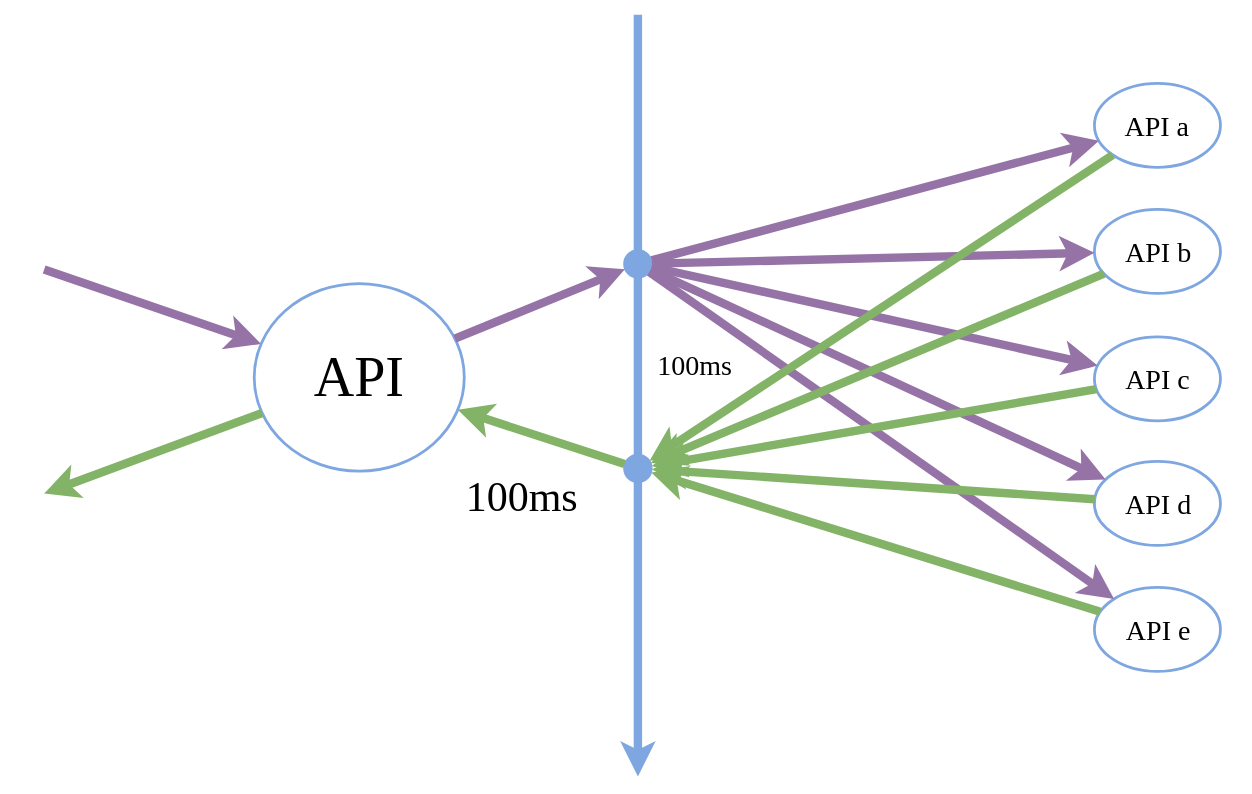
Before: r/img/api-call.non-blocking.svg, a diagram exported from draw.io (negokaz/reactive-desgin-patterns-with-akka). Source tidied: cells renumbered, new cells last; positions are measured from the earlier drawing's top-left corner, leaving out a move shared by most shapes.
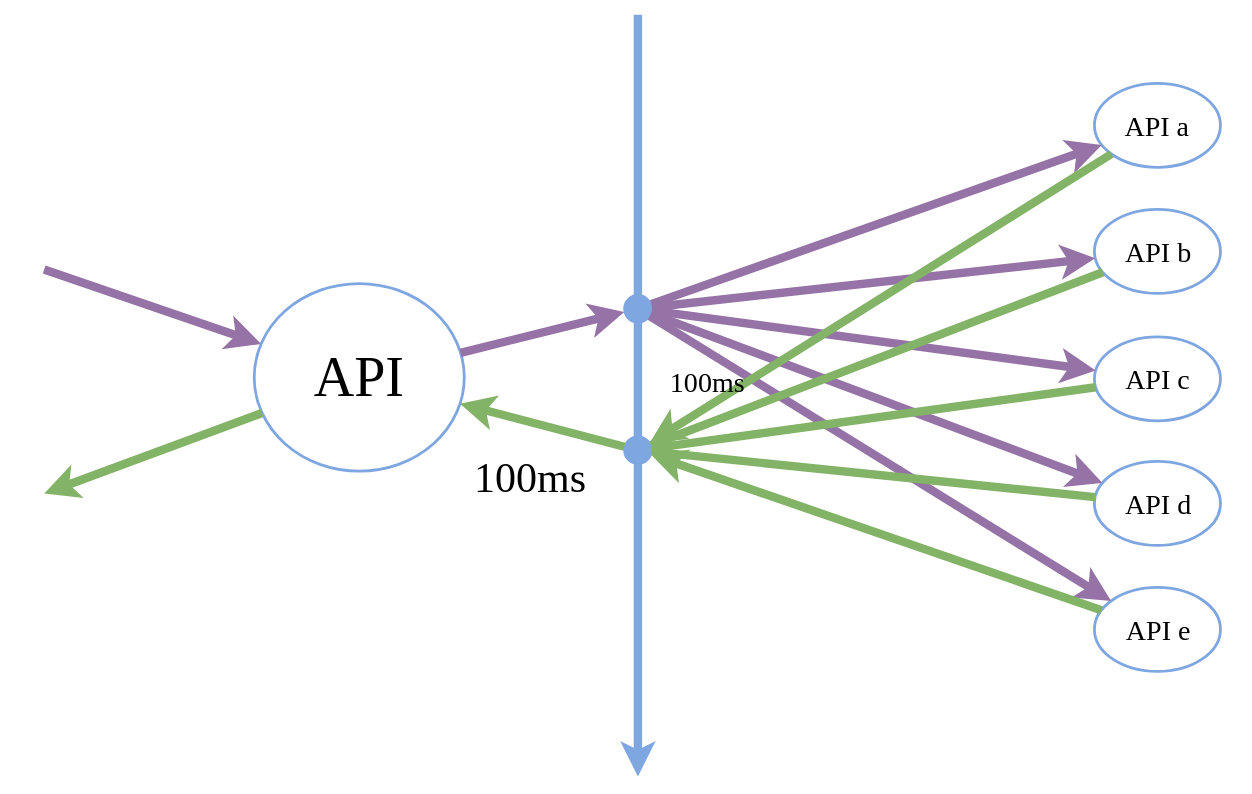
The same file after the commit.

Change to the diagram source:
```diff
@@ -44,7 +44,7 @@
       <mxGeometry x="60" y="169" as="geometry" />
     </mxCell>
     <mxCell id="14" style="ellipse;whiteSpace=wrap;html=1;strokeColor=#7EA6E0;fillColor=#7EA6E0;fontFamily=Noto Sans JP;fontSize=20;fontColor=none;" parent="3" vertex="1">
-      <mxGeometry x="444" y="176" width="20" height="20" as="geometry" />
+      <mxGeometry x="444" y="208" width="20" height="20" as="geometry" />
     </mxCell>
     <mxCell id="15" style="endArrow=classic;html=1;strokeColor=#9673a6;strokeWidth=6;fillColor=#e1d5e7;fontFamily=Noto Sans JP;fontSize=20;fontColor=none;startArrow=none;startFill=0;" parent="3" edge="1" source="14" target="7">
       <mxGeometry x="60" y="259" as="geometry" />
@@ -53,7 +53,7 @@
       <mxGeometry x="60" y="350" as="geometry" />
     </mxCell>
     <mxCell id="17" style="ellipse;whiteSpace=wrap;html=1;strokeColor=#7EA6E0;fillColor=#7EA6E0;fontFamily=Noto Sans JP;fontSize=20;fontColor=none;" parent="3" vertex="1">
-      <mxGeometry x="444" y="322" width="20" height="20" as="geometry" />
+      <mxGeometry x="444" y="309" width="20" height="20" as="geometry" />
     </mxCell>
     <mxCell id="18" style="endArrow=classic;html=1;strokeColor=#9673a6;strokeWidth=6;fillColor=#e1d5e7;fontFamily=Noto Sans JP;fontSize=20;fontColor=none;startArrow=none;startFill=0;" parent="3" edge="1" source="14" target="9">
       <mxGeometry x="60" y="439" as="geometry" />
@@ -67,26 +67,26 @@
     <mxCell id="21" style="endArrow=classic;html=1;strokeColor=#82b366;strokeWidth=6;fillColor=#d5e8d4;fontFamily=Noto Sans JP;fontSize=20;fontColor=none;" parent="3" edge="1" source="17" target="11">
       <mxGeometry x="60" y="247" as="geometry" />
     </mxCell>
-    <mxCell id="22" value="100ms" style="text;html=1;strokeColor=none;fillColor=none;align=center;verticalAlign=middle;whiteSpace=wrap;fontFamily=Noto Sans JP;fontSize=20;fontColor=none;" parent="3" vertex="1">
-      <mxGeometry x="474" y="248" width="40" height="20" as="geometry" />
-    </mxCell>
     <mxCell id="23" value="&lt;font style=&quot;font-size: 30px&quot;&gt;100ms&lt;/font&gt;" style="text;html=1;strokeColor=none;fillColor=none;align=center;verticalAlign=middle;whiteSpace=wrap;fontFamily=Noto Sans JP;fontSize=20;fontColor=none;" parent="3" vertex="1">
-      <mxGeometry x="350" y="342" width="40" height="20" as="geometry" />
+      <mxGeometry x="356" y="328" width="40" height="20" as="geometry" />
     </mxCell>
     <mxCell id="24" style="endArrow=none;html=1;strokeColor=#82b366;strokeWidth=6;fillColor=#d5e8d4;fontFamily=Noto Sans JP;fontSize=20;fontColor=none;startArrow=classic;startFill=1;endFill=0;" parent="3" edge="1" source="17" target="6">
       <mxGeometry x="70" y="179" as="geometry" />
     </mxCell>
-    <mxCell id="25" style="endArrow=none;html=1;strokeColor=#82b366;strokeWidth=6;fillColor=#d5e8d4;fontFamily=Noto Sans JP;fontSize=20;fontColor=none;startArrow=classic;startFill=1;endFill=0;" parent="3" edge="1" source="17" target="7">
+    <mxCell id="25" style="endArrow=none;html=1;strokeColor=#82b366;strokeWidth=6;fillColor=#d5e8d4;fontFamily=Noto Sans JP;fontSize=20;fontColor=none;startArrow=none;startFill=0;endFill=0;" parent="3" edge="1" source="17" target="7">
       <mxGeometry x="80" y="189" as="geometry" />
     </mxCell>
-    <mxCell id="26" style="endArrow=none;html=1;strokeColor=#82b366;strokeWidth=6;fillColor=#d5e8d4;fontFamily=Noto Sans JP;fontSize=20;fontColor=none;startArrow=classic;startFill=1;endFill=0;" parent="3" edge="1" source="17" target="8">
+    <mxCell id="26" style="endArrow=none;html=1;strokeColor=#82b366;strokeWidth=6;fillColor=#d5e8d4;fontFamily=Noto Sans JP;fontSize=20;fontColor=none;startArrow=none;startFill=0;endFill=0;" parent="3" edge="1" source="17" target="8">
       <mxGeometry x="90" y="199" as="geometry" />
     </mxCell>
-    <mxCell id="27" style="endArrow=none;html=1;strokeColor=#82b366;strokeWidth=6;fillColor=#d5e8d4;fontFamily=Noto Sans JP;fontSize=20;fontColor=none;startArrow=classic;startFill=1;endFill=0;" parent="3" edge="1" source="17" target="9">
+    <mxCell id="27" style="endArrow=none;html=1;strokeColor=#82b366;strokeWidth=6;fillColor=#d5e8d4;fontFamily=Noto Sans JP;fontSize=20;fontColor=none;startArrow=none;startFill=0;endFill=0;" parent="3" edge="1" source="17" target="9">
       <mxGeometry x="100" y="209" as="geometry" />
     </mxCell>
     <mxCell id="28" style="endArrow=none;html=1;strokeColor=#82b366;strokeWidth=6;fillColor=#d5e8d4;fontFamily=Noto Sans JP;fontSize=20;fontColor=none;startArrow=classic;startFill=1;endFill=0;" parent="3" edge="1" source="17" target="10">
       <mxGeometry x="110" y="219" as="geometry" />
     </mxCell>
+    <mxCell id="22" value="100ms" style="text;html=1;strokeColor=none;fillColor=none;align=center;verticalAlign=middle;whiteSpace=wrap;fontFamily=Noto Sans JP;fontSize=20;fontColor=none;" parent="3" vertex="1">
+      <mxGeometry x="483" y="260" width="40" height="20" as="geometry" />
+    </mxCell>
   </root>
 </mxGraphModel>
```
